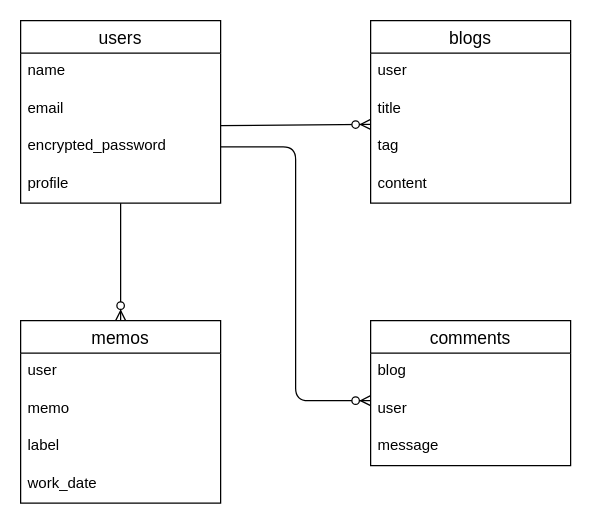
toshikatsu1201/training-support keeps this draw.io diagram as training-support.dio. Above is the earlier version. Source tidied: cells renumbered, new cells numbered last; positions are measured from the earlier drawing's top-left corner, leaving out a move shared by most shapes. Both pictures are drawn from the tidied source at 125%, with x=0, y=0 at pixel (20, 20).
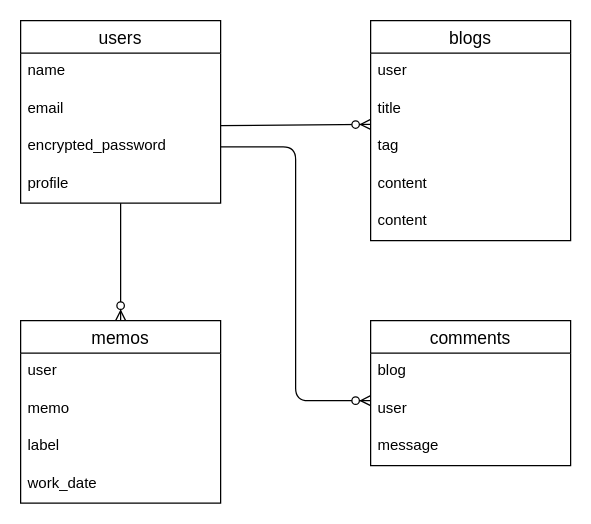
The same page after the edit.

Commit message (it also covers changes not shown here):
ブログテーブルにimage追加

The edit, as a diff of the source:
```diff
@@
     <mxCell id="12" value="blogs" style="swimlane;fontStyle=0;horizontal=1;startSize=26;align=center;fontSize=14;" parent="1" vertex="1">
-      <mxGeometry x="280" width="160" height="146" as="geometry" />
+      <mxGeometry x="280" width="160" height="176" as="geometry" />
     </mxCell>
@@
+    <mxCell id="24" value="content" style="text;strokeColor=none;fillColor=none;spacingLeft=4;spacingRight=4;overflow=hidden;fontSize=12;" parent="12" vertex="1">
+      <mxGeometry y="146" width="160" height="30" as="geometry" />
+    </mxCell>
```
